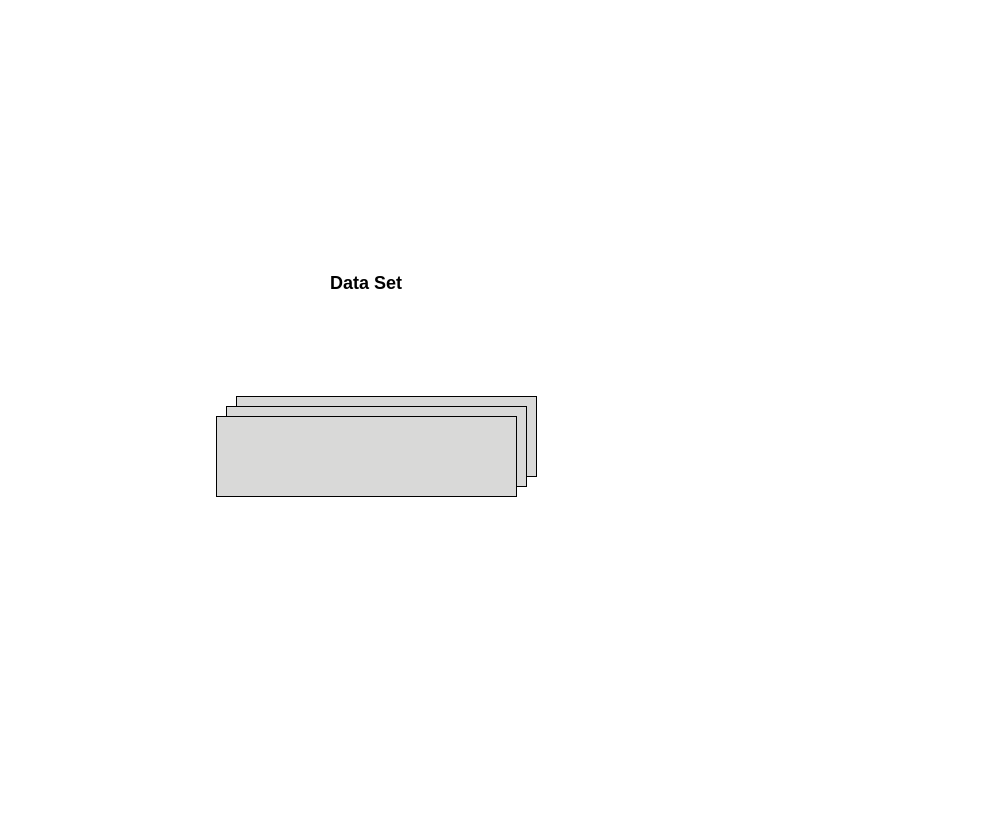
The draw.io diagram iKnowFirst_architecture_overview.drawio in YurianStormrage/images, before the edit. Source tidied: cells renumbered, new cells numbered last; positions are measured from the earlier drawing's top-left corner, leaving out a move shared by most shapes. Both pictures are drawn from the tidied source at 100%, with x=0, y=0 at pixel (216, 266).
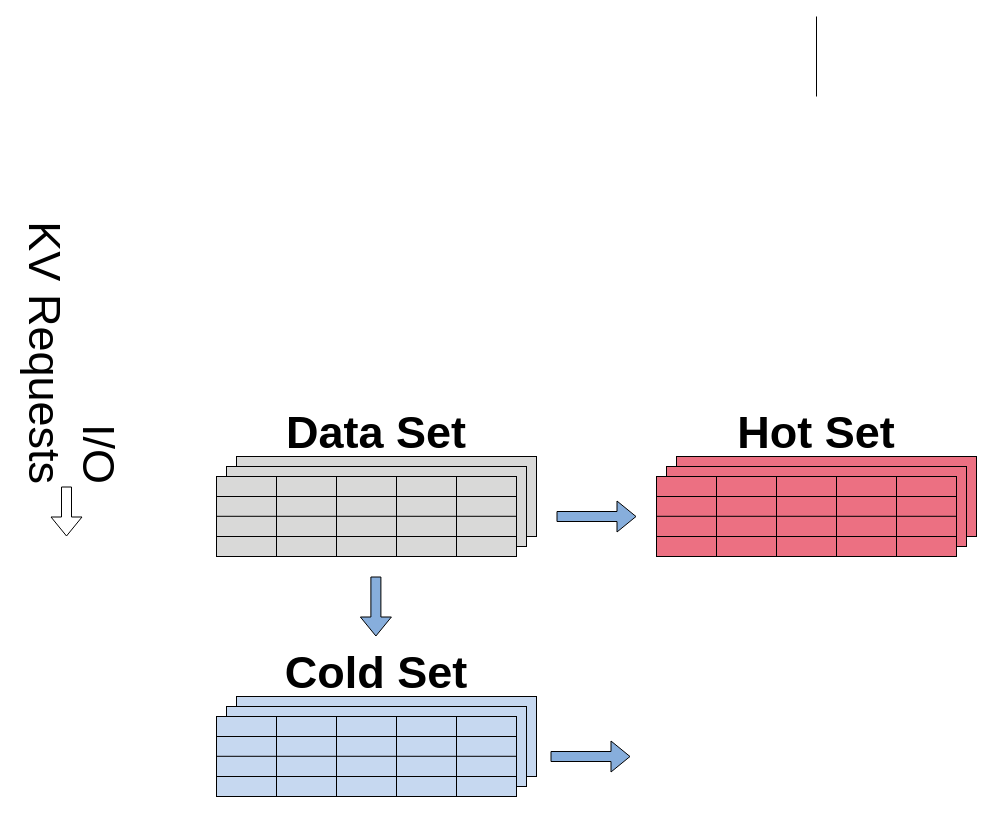
The same diagram, later.

Change to the diagram source:
```diff
@@
+    <mxCell id="6" style="endArrow=none;html=1;rounded=0;" parent="1" edge="1">
+      <mxGeometry relative="1" as="geometry">
+        <mxPoint x="600" y="-170" as="sourcePoint" />
+        <mxPoint x="600" y="-250" as="targetPoint" />
+      </mxGeometry>
+    </mxCell>
+    <mxCell id="7" style="group;" parent="1" vertex="1">
+      <mxGeometry y="370" width="320" height="160" as="geometry" />
+    </mxCell>
+    <mxCell id="8" style="group;" parent="7" vertex="1">
+      <mxGeometry y="60" width="320" height="100" as="geometry" />
+    </mxCell>
+    <mxCell id="9" style="dashed=0;fillStyle=auto;fillColor=#C6D8F0;gradientColor=none;" parent="8" vertex="1">
+      <mxGeometry x="20" width="300" height="80" as="geometry" />
+    </mxCell>
+    <mxCell id="10" style="dashed=0;fillStyle=auto;fillColor=#C6D8F0;gradientColor=none;" parent="8" vertex="1">
+      <mxGeometry x="10" y="10" width="300" height="80" as="geometry" />
+    </mxCell>
+    <mxCell id="11" style="dashed=0;fillStyle=auto;fillColor=#C6D8F0;gradientColor=none;" parent="8" vertex="1">
+      <mxGeometry y="20" width="300" height="80" as="geometry" />
+    </mxCell>
+    <mxCell id="12" style="endArrow=none;html=1;rounded=0;entryX=1;entryY=0.25;entryDx=0;entryDy=0;exitX=0;exitY=0.25;exitDx=0;exitDy=0;" parent="8" edge="1" source="11" target="11">
+      <mxGeometry relative="1" as="geometry" />
+    </mxCell>
+    <mxCell id="13" style="endArrow=none;html=1;rounded=0;entryX=1;entryY=0.25;entryDx=0;entryDy=0;exitX=0;exitY=0.25;exitDx=0;exitDy=0;" parent="8" edge="1">
+      <mxGeometry relative="1" as="geometry">
+        <mxPoint y="59.8" as="sourcePoint" />
+        <mxPoint x="300" y="59.8" as="targetPoint" />
+      </mxGeometry>
+    </mxCell>
+    <mxCell id="14" style="endArrow=none;html=1;rounded=0;entryX=1;entryY=0.25;entryDx=0;entryDy=0;exitX=0;exitY=0.25;exitDx=0;exitDy=0;" parent="8" edge="1">
+      <mxGeometry relative="1" as="geometry">
+        <mxPoint y="80" as="sourcePoint" />
+        <mxPoint x="300" y="80" as="targetPoint" />
+      </mxGeometry>
+    </mxCell>
+    <mxCell id="15" style="endArrow=none;html=1;rounded=0;" parent="8" edge="1">
+      <mxGeometry relative="1" as="geometry">
+        <mxPoint x="60" y="100" as="sourcePoint" />
+        <mxPoint x="60" y="20" as="targetPoint" />
+      </mxGeometry>
+    </mxCell>
+    <mxCell id="16" style="endArrow=none;html=1;rounded=0;" parent="8" edge="1">
+      <mxGeometry relative="1" as="geometry">
+        <mxPoint x="120" y="100" as="sourcePoint" />
+        <mxPoint x="120" y="20" as="targetPoint" />
+      </mxGeometry>
+    </mxCell>
+    <mxCell id="17" style="endArrow=none;html=1;rounded=0;" parent="8" edge="1">
+      <mxGeometry relative="1" as="geometry">
+        <mxPoint x="180" y="100" as="sourcePoint" />
+        <mxPoint x="180" y="20" as="targetPoint" />
+      </mxGeometry>
+    </mxCell>
+    <mxCell id="18" style="endArrow=none;html=1;rounded=0;" parent="8" edge="1">
+      <mxGeometry relative="1" as="geometry">
+        <mxPoint x="240" y="100" as="sourcePoint" />
+        <mxPoint x="240" y="20" as="targetPoint" />
+      </mxGeometry>
+    </mxCell>
+    <mxCell id="19" value="Cold Set" style="text;strokeColor=none;align=center;fillColor=none;verticalAlign=middle;rounded=0;fontStyle=1;fontSize=45;" parent="7" vertex="1">
+      <mxGeometry x="70" width="180" height="60" as="geometry" />
+    </mxCell>
+    <mxCell id="20" style="group;" parent="1" vertex="1">
+      <mxGeometry y="130" width="320" height="160" as="geometry" />
+    </mxCell>
-    <mxCell id="2" value="Data Set" style="text;strokeColor=none;align=center;fillColor=none;verticalAlign=middle;rounded=0;fontStyle=1;fontSize=18;" parent="1" vertex="1">
-      <mxGeometry x="100" width="100" height="30" as="geometry" />
+    <mxCell id="2" value="Data Set" style="text;strokeColor=none;align=center;fillColor=none;verticalAlign=middle;rounded=0;fontStyle=1;fontSize=45;" parent="20" vertex="1">
+      <mxGeometry x="70" width="180" height="60" as="geometry" />
     </mxCell>
+    <mxCell id="21" style="group;" parent="20" vertex="1">
+      <mxGeometry y="60" width="320" height="100" as="geometry" />
+    </mxCell>
-    <mxCell id="3" style="dashed=0;fillStyle=auto;fillColor=#D9D9D8;gradientColor=none;" parent="1" vertex="1">
-      <mxGeometry x="20" y="130" width="300" height="80" as="geometry" />
+    <mxCell id="3" style="dashed=0;fillStyle=auto;fillColor=#D9D9D8;gradientColor=none;" parent="21" vertex="1">
+      <mxGeometry x="20" width="300" height="80" as="geometry" />
     </mxCell>
-    <mxCell id="4" style="dashed=0;fillStyle=auto;fillColor=#D9D9D8;gradientColor=none;" parent="1" vertex="1">
-      <mxGeometry x="10" y="140" width="300" height="80" as="geometry" />
+    <mxCell id="4" style="dashed=0;fillStyle=auto;fillColor=#D9D9D8;gradientColor=none;" parent="21" vertex="1">
+      <mxGeometry x="10" y="10" width="300" height="80" as="geometry" />
     </mxCell>
-    <mxCell id="5" style="dashed=0;fillStyle=auto;fillColor=#D9D9D8;gradientColor=none;" parent="1" vertex="1">
-      <mxGeometry y="150" width="300" height="80" as="geometry" />
+    <mxCell id="5" style="dashed=0;fillStyle=auto;fillColor=#D9D9D8;gradientColor=none;" parent="21" vertex="1">
+      <mxGeometry y="20" width="300" height="80" as="geometry" />
     </mxCell>
+    <mxCell id="22" style="endArrow=none;html=1;rounded=0;entryX=1;entryY=0.25;entryDx=0;entryDy=0;exitX=0;exitY=0.25;exitDx=0;exitDy=0;" parent="21" edge="1" source="5" target="5">
+      <mxGeometry relative="1" as="geometry" />
+    </mxCell>
+    <mxCell id="23" style="endArrow=none;html=1;rounded=0;entryX=1;entryY=0.25;entryDx=0;entryDy=0;exitX=0;exitY=0.25;exitDx=0;exitDy=0;" parent="21" edge="1">
+      <mxGeometry relative="1" as="geometry">
+        <mxPoint y="59.8" as="sourcePoint" />
+        <mxPoint x="300" y="59.8" as="targetPoint" />
+      </mxGeometry>
+    </mxCell>
+    <mxCell id="24" style="endArrow=none;html=1;rounded=0;entryX=1;entryY=0.25;entryDx=0;entryDy=0;exitX=0;exitY=0.25;exitDx=0;exitDy=0;" parent="21" edge="1">
+      <mxGeometry relative="1" as="geometry">
+        <mxPoint y="80" as="sourcePoint" />
+        <mxPoint x="300" y="80" as="targetPoint" />
+      </mxGeometry>
+    </mxCell>
+    <mxCell id="25" style="endArrow=none;html=1;rounded=0;" parent="21" edge="1">
+      <mxGeometry relative="1" as="geometry">
+        <mxPoint x="60" y="100" as="sourcePoint" />
+        <mxPoint x="60" y="20" as="targetPoint" />
+      </mxGeometry>
+    </mxCell>
+    <mxCell id="26" style="endArrow=none;html=1;rounded=0;" parent="21" edge="1">
+      <mxGeometry relative="1" as="geometry">
+        <mxPoint x="120" y="100" as="sourcePoint" />
+        <mxPoint x="120" y="20" as="targetPoint" />
+      </mxGeometry>
+    </mxCell>
+    <mxCell id="27" style="endArrow=none;html=1;rounded=0;" parent="21" edge="1">
+      <mxGeometry relative="1" as="geometry">
+        <mxPoint x="180" y="100" as="sourcePoint" />
+        <mxPoint x="180" y="20" as="targetPoint" />
+      </mxGeometry>
+    </mxCell>
+    <mxCell id="28" style="endArrow=none;html=1;rounded=0;" parent="21" edge="1">
+      <mxGeometry relative="1" as="geometry">
+        <mxPoint x="240" y="100" as="sourcePoint" />
+        <mxPoint x="240" y="20" as="targetPoint" />
+      </mxGeometry>
+    </mxCell>
+    <mxCell id="29" style="group;" parent="1" vertex="1">
+      <mxGeometry x="440" y="130" width="320" height="160" as="geometry" />
+    </mxCell>
+    <mxCell id="30" style="group;" parent="29" vertex="1">
+      <mxGeometry y="60" width="320" height="100" as="geometry" />
+    </mxCell>
+    <mxCell id="31" style="dashed=0;fillStyle=auto;fillColor=#EC7082;gradientColor=none;" parent="30" vertex="1">
+      <mxGeometry x="20" width="300" height="80" as="geometry" />
+    </mxCell>
+    <mxCell id="32" style="dashed=0;fillStyle=auto;fillColor=#EC7082;gradientColor=none;" parent="30" vertex="1">
+      <mxGeometry x="10" y="10" width="300" height="80" as="geometry" />
+    </mxCell>
+    <mxCell id="33" style="dashed=0;fillStyle=auto;fillColor=#EC7082;gradientColor=none;" parent="30" vertex="1">
+      <mxGeometry y="20" width="300" height="80" as="geometry" />
+    </mxCell>
+    <mxCell id="34" style="endArrow=none;html=1;rounded=0;entryX=1;entryY=0.25;entryDx=0;entryDy=0;exitX=0;exitY=0.25;exitDx=0;exitDy=0;" parent="30" edge="1" source="33" target="33">
+      <mxGeometry relative="1" as="geometry" />
+    </mxCell>
+    <mxCell id="35" style="endArrow=none;html=1;rounded=0;entryX=1;entryY=0.25;entryDx=0;entryDy=0;exitX=0;exitY=0.25;exitDx=0;exitDy=0;" parent="30" edge="1">
+      <mxGeometry relative="1" as="geometry">
+        <mxPoint y="59.8" as="sourcePoint" />
+        <mxPoint x="300" y="59.8" as="targetPoint" />
+      </mxGeometry>
+    </mxCell>
+    <mxCell id="36" style="endArrow=none;html=1;rounded=0;entryX=1;entryY=0.25;entryDx=0;entryDy=0;exitX=0;exitY=0.25;exitDx=0;exitDy=0;" parent="30" edge="1">
+      <mxGeometry relative="1" as="geometry">
+        <mxPoint y="80" as="sourcePoint" />
+        <mxPoint x="300" y="80" as="targetPoint" />
+      </mxGeometry>
+    </mxCell>
+    <mxCell id="37" style="endArrow=none;html=1;rounded=0;" parent="30" edge="1">
+      <mxGeometry relative="1" as="geometry">
+        <mxPoint x="60" y="100" as="sourcePoint" />
+        <mxPoint x="60" y="20" as="targetPoint" />
+      </mxGeometry>
+    </mxCell>
+    <mxCell id="38" style="endArrow=none;html=1;rounded=0;" parent="30" edge="1">
+      <mxGeometry relative="1" as="geometry">
+        <mxPoint x="120" y="100" as="sourcePoint" />
+        <mxPoint x="120" y="20" as="targetPoint" />
+      </mxGeometry>
+    </mxCell>
+    <mxCell id="39" style="endArrow=none;html=1;rounded=0;" parent="30" edge="1">
+      <mxGeometry relative="1" as="geometry">
+        <mxPoint x="180" y="100" as="sourcePoint" />
+        <mxPoint x="180" y="20" as="targetPoint" />
+      </mxGeometry>
+    </mxCell>
+    <mxCell id="40" style="endArrow=none;html=1;rounded=0;" parent="30" edge="1">
+      <mxGeometry relative="1" as="geometry">
+        <mxPoint x="240" y="100" as="sourcePoint" />
+        <mxPoint x="240" y="20" as="targetPoint" />
+      </mxGeometry>
+    </mxCell>
+    <mxCell id="41" value="Hot Set" style="text;strokeColor=none;align=center;fillColor=none;verticalAlign=middle;rounded=0;fontStyle=1;fontSize=45;" parent="29" vertex="1">
+      <mxGeometry x="70" width="180" height="60" as="geometry" />
+    </mxCell>
+    <mxCell id="42" style="shape=flexArrow;endArrow=classic;html=1;rounded=0;fillColor=#87AEDC;" parent="1" edge="1">
+      <mxGeometry relative="1" as="geometry">
+        <mxPoint x="340" y="250" as="sourcePoint" />
+        <mxPoint x="420" y="250" as="targetPoint" />
+      </mxGeometry>
+    </mxCell>
+    <mxCell id="43" style="shape=flexArrow;endArrow=classic;html=1;rounded=0;fillColor=#87AEDC;" parent="1" edge="1">
+      <mxGeometry relative="1" as="geometry">
+        <mxPoint x="334" y="490" as="sourcePoint" />
+        <mxPoint x="414" y="490" as="targetPoint" />
+      </mxGeometry>
+    </mxCell>
+    <mxCell id="44" style="shape=flexArrow;endArrow=classic;html=1;rounded=0;fillColor=#87AEDC;" parent="1" edge="1">
+      <mxGeometry relative="1" as="geometry">
+        <mxPoint x="159.4" y="310" as="sourcePoint" />
+        <mxPoint x="159.4" y="370" as="targetPoint" />
+      </mxGeometry>
+    </mxCell>
+    <mxCell id="45" value="I/O&#10;KV Requests" style="text;strokeColor=none;align=right;fillColor=none;verticalAlign=middle;rounded=0;direction=east;fontSize=45;rotation=90;labelPosition=center;verticalLabelPosition=middle;" parent="1" vertex="1">
+      <mxGeometry x="-280" y="20" width="280" height="120" as="geometry" />
+    </mxCell>
+    <mxCell id="46" style="shape=flexArrow;endArrow=classic;html=1;rounded=0;" parent="1" edge="1">
+      <mxGeometry relative="1" as="geometry">
+        <mxPoint x="-150" y="220" as="sourcePoint" />
+        <mxPoint x="-150" y="270" as="targetPoint" />
+      </mxGeometry>
+    </mxCell>
```
